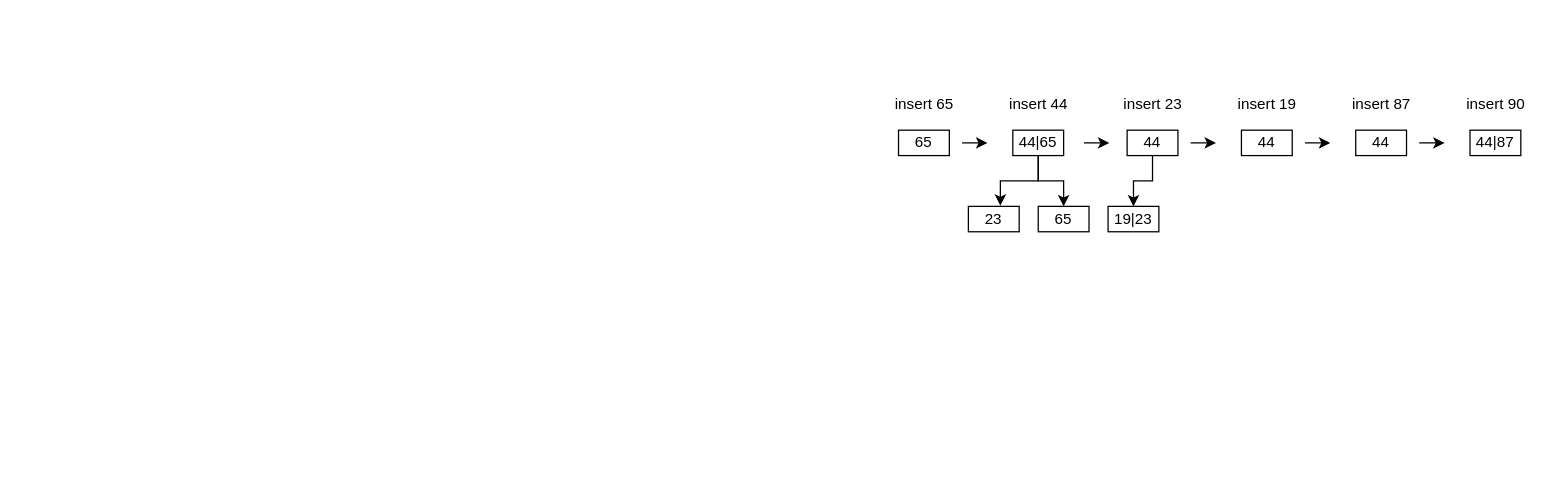
Above: Untitled Diagram.drawio in Soulra01/SemuafileS1 (draw.io), before the change. Source tidied: cells renumbered, new cells numbered last; positions are measured from the earlier drawing's top-left corner, leaving out a move shared by most shapes. Both pictures are drawn from the tidied source at 127%, with x=0, y=0 at pixel (879, 85).
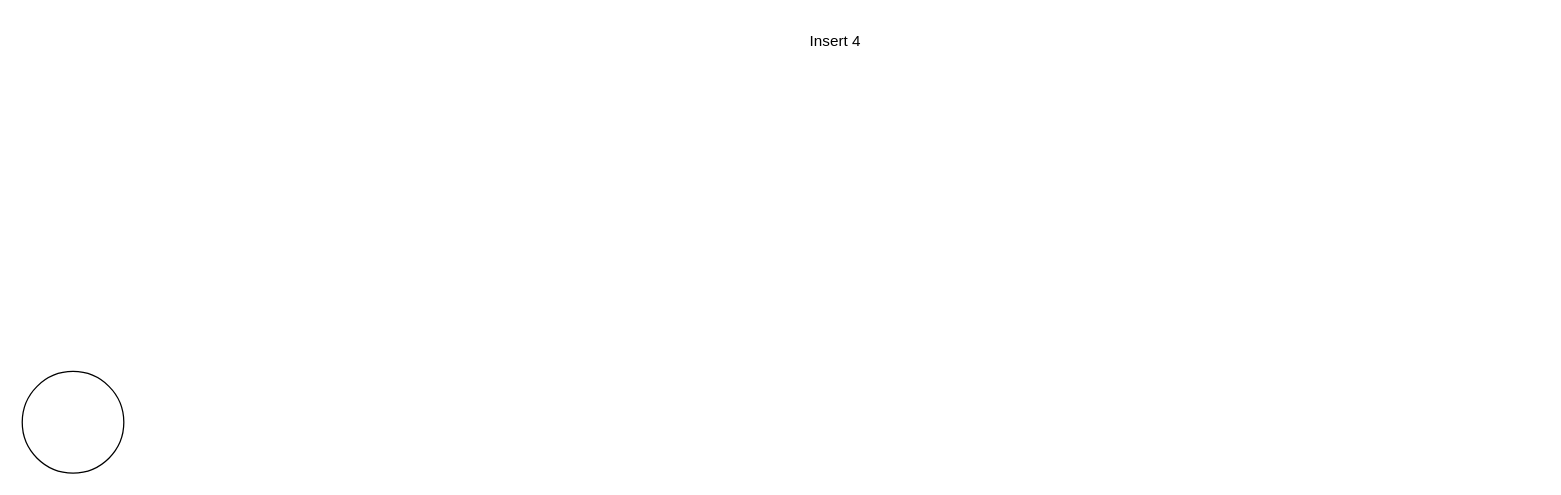
The same page after the edit.

Diff of the diagram source:
```diff
@@
-    <mxCell id="2" value="65" style="rounded=0;whiteSpace=wrap;html=1;" parent="1" vertex="1">
-      <mxGeometry x="15" y="35" width="40" height="20" as="geometry" />
-    </mxCell>
-    <mxCell id="3" style="endArrow=classic;html=1;rounded=0;" parent="1" edge="1">
-      <mxGeometry relative="1" as="geometry">
-        <mxPoint x="65" y="45" as="sourcePoint" />
-        <mxPoint x="85" y="45" as="targetPoint" />
-      </mxGeometry>
-    </mxCell>
-    <mxCell id="4" style="edgeStyle=orthogonalEdgeStyle;rounded=0;jettySize=auto;html=1;entryX=0.629;entryY=-0.029;entryDx=0;entryDy=0;entryPerimeter=0;" parent="1" edge="1" source="6" target="22">
-      <mxGeometry relative="1" as="geometry">
-        <Array as="points">
-          <mxPoint x="125" y="75" />
-          <mxPoint x="95" y="75" />
-        </Array>
-      </mxGeometry>
-    </mxCell>
-    <mxCell id="5" style="edgeStyle=orthogonalEdgeStyle;rounded=0;jettySize=auto;html=1;entryX=0.5;entryY=0;entryDx=0;entryDy=0;" parent="1" edge="1" source="6" target="23">
-      <mxGeometry relative="1" as="geometry" />
-    </mxCell>
-    <mxCell id="6" value="44|65" style="rounded=0;whiteSpace=wrap;html=1;" parent="1" vertex="1">
-      <mxGeometry x="105" y="35" width="40" height="20" as="geometry" />
-    </mxCell>
-    <mxCell id="7" style="edgeStyle=orthogonalEdgeStyle;rounded=0;jettySize=auto;html=1;entryX=0.5;entryY=0;entryDx=0;entryDy=0;" parent="1" edge="1" source="8" target="24">
-      <mxGeometry relative="1" as="geometry" />
-    </mxCell>
-    <mxCell id="8" value="44" style="rounded=0;whiteSpace=wrap;html=1;" parent="1" vertex="1">
-      <mxGeometry x="195" y="35" width="40" height="20" as="geometry" />
-    </mxCell>
-    <mxCell id="9" style="endArrow=classic;html=1;rounded=0;" parent="1" edge="1">
-      <mxGeometry relative="1" as="geometry">
-        <mxPoint x="161" y="45" as="sourcePoint" />
-        <mxPoint x="181" y="45" as="targetPoint" />
-      </mxGeometry>
-    </mxCell>
-    <mxCell id="10" value="44" style="rounded=0;whiteSpace=wrap;html=1;" parent="1" vertex="1">
-      <mxGeometry x="285" y="35" width="40" height="20" as="geometry" />
-    </mxCell>
-    <mxCell id="11" style="endArrow=classic;html=1;rounded=0;" parent="1" edge="1">
-      <mxGeometry relative="1" as="geometry">
-        <mxPoint x="245" y="45" as="sourcePoint" />
-        <mxPoint x="265" y="45" as="targetPoint" />
-      </mxGeometry>
-    </mxCell>
-    <mxCell id="12" value="44" style="rounded=0;whiteSpace=wrap;html=1;" parent="1" vertex="1">
-      <mxGeometry x="375" y="35" width="40" height="20" as="geometry" />
-    </mxCell>
-    <mxCell id="13" style="endArrow=classic;html=1;rounded=0;" parent="1" edge="1">
-      <mxGeometry relative="1" as="geometry">
-        <mxPoint x="335" y="45" as="sourcePoint" />
-        <mxPoint x="355" y="45" as="targetPoint" />
-      </mxGeometry>
-    </mxCell>
-    <mxCell id="14" value="44|87" style="rounded=0;whiteSpace=wrap;html=1;" parent="1" vertex="1">
-      <mxGeometry x="465" y="35" width="40" height="20" as="geometry" />
-    </mxCell>
-    <mxCell id="15" style="endArrow=classic;html=1;rounded=0;" parent="1" edge="1">
-      <mxGeometry relative="1" as="geometry">
-        <mxPoint x="425" y="45" as="sourcePoint" />
-        <mxPoint x="445" y="45" as="targetPoint" />
-      </mxGeometry>
-    </mxCell>
-    <mxCell id="16" value="insert 65" style="text;html=1;align=center;verticalAlign=middle;strokeColor=none;fillColor=none;" parent="1" vertex="1">
-      <mxGeometry width="70" height="30" as="geometry" />
-    </mxCell>
-    <mxCell id="17" value="insert 44" style="text;html=1;align=center;verticalAlign=middle;strokeColor=none;fillColor=none;" parent="1" vertex="1">
-      <mxGeometry x="90" width="70" height="30" as="geometry" />
-    </mxCell>
-    <mxCell id="18" value="insert 23" style="text;html=1;align=center;verticalAlign=middle;strokeColor=none;fillColor=none;" parent="1" vertex="1">
-      <mxGeometry x="180" width="70" height="30" as="geometry" />
-    </mxCell>
-    <mxCell id="19" value="insert 19" style="text;html=1;align=center;verticalAlign=middle;strokeColor=none;fillColor=none;" parent="1" vertex="1">
-      <mxGeometry x="270" width="70" height="30" as="geometry" />
-    </mxCell>
-    <mxCell id="20" value="insert 87" style="text;html=1;align=center;verticalAlign=middle;strokeColor=none;fillColor=none;" parent="1" vertex="1">
-      <mxGeometry x="360" width="70" height="30" as="geometry" />
-    </mxCell>
-    <mxCell id="21" value="insert 90" style="text;html=1;align=center;verticalAlign=middle;strokeColor=none;fillColor=none;" parent="1" vertex="1">
-      <mxGeometry x="450" width="70" height="30" as="geometry" />
-    </mxCell>
-    <mxCell id="22" value="23" style="rounded=0;whiteSpace=wrap;html=1;" parent="1" vertex="1">
-      <mxGeometry x="70" y="95" width="40" height="20" as="geometry" />
-    </mxCell>
-    <mxCell id="23" value="65" style="rounded=0;whiteSpace=wrap;html=1;" parent="1" vertex="1">
-      <mxGeometry x="125" y="95" width="40" height="20" as="geometry" />
-    </mxCell>
-    <mxCell id="24" value="19|23" style="rounded=0;whiteSpace=wrap;html=1;" parent="1" vertex="1">
-      <mxGeometry x="180" y="95" width="40" height="20" as="geometry" />
-    </mxCell>
+    <mxCell id="25" value="Insert 4" style="text;html=1;align=center;verticalAlign=middle;strokeColor=none;fillColor=none;" parent="1" vertex="1">
+      <mxGeometry x="-65" y="-50" width="60" height="30" as="geometry" />
+    </mxCell>
+    <mxCell id="26" style="ellipse;whiteSpace=wrap;html=1;" parent="1" vertex="1">
+      <mxGeometry x="-675" y="225" width="80" height="80" as="geometry" />
+    </mxCell>
```
